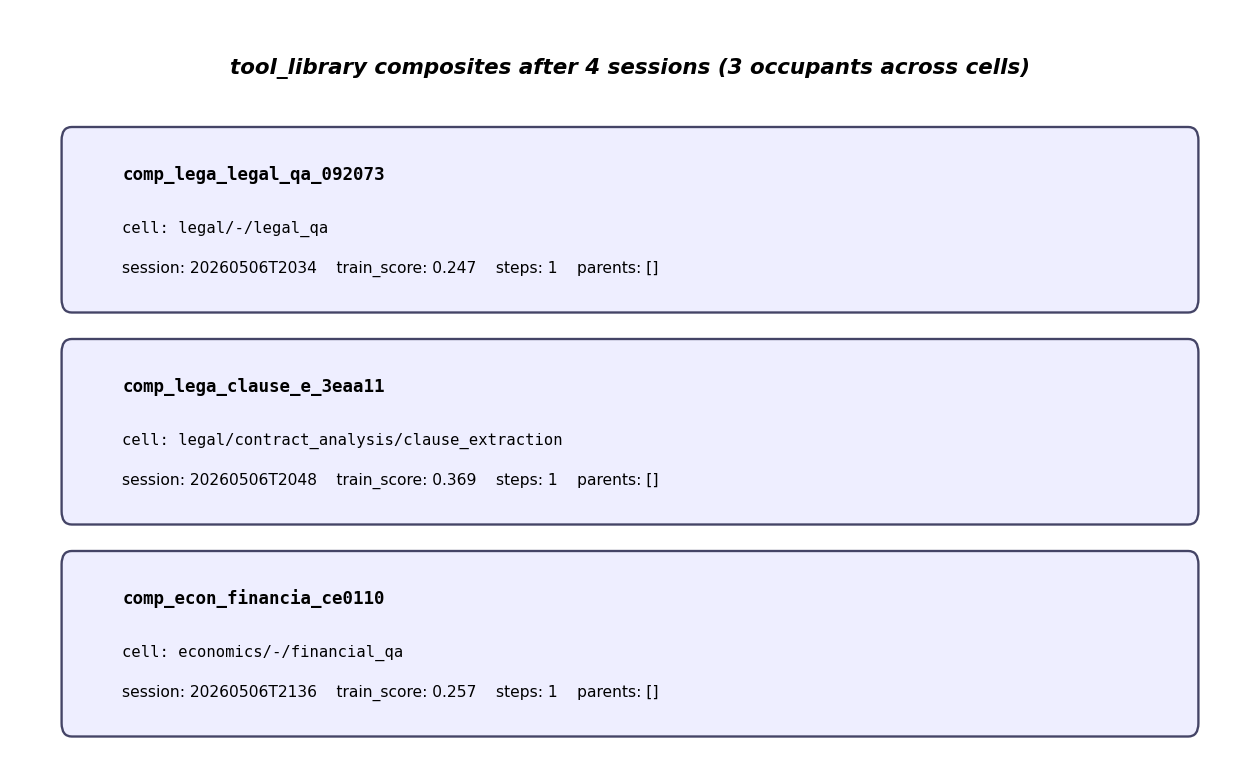
Above: report/figures/lineage.png in lukastojiljkovic/stem-agent (Graphviz), before the change. Its source is kept beside it as tool_library/lineage.dot.
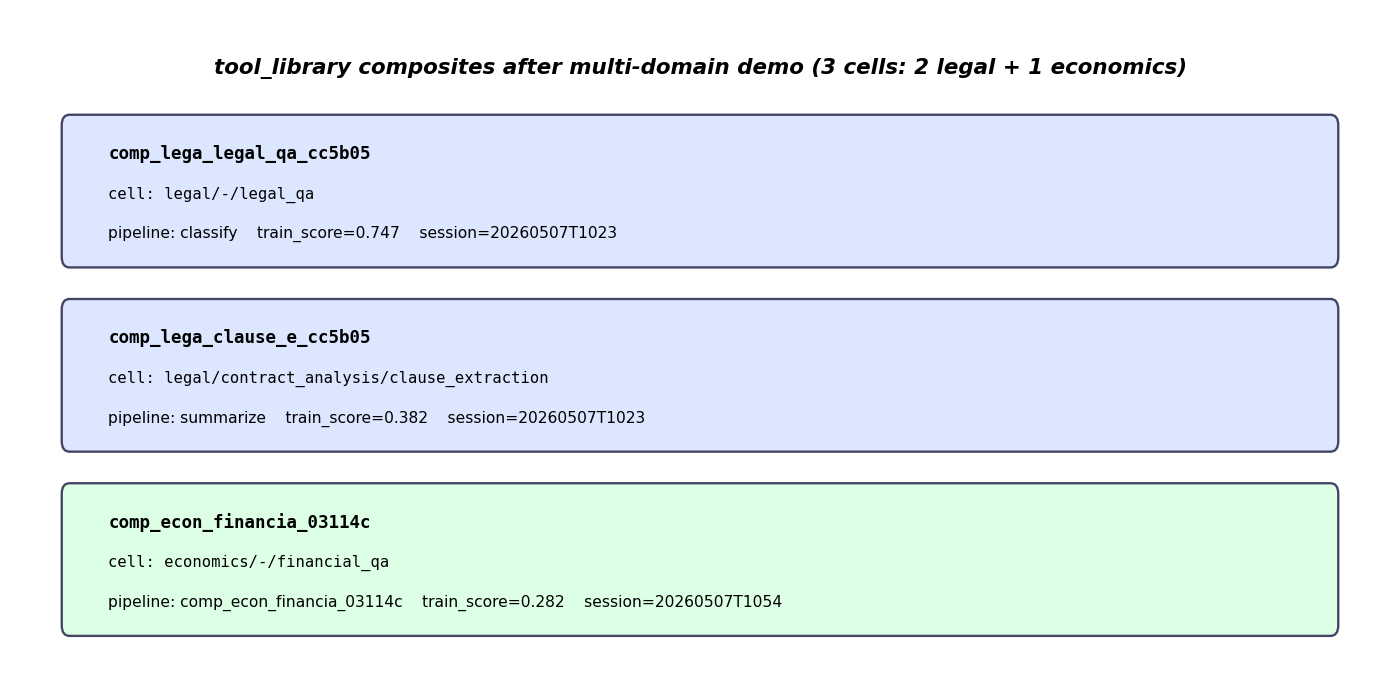
Later version of the same file.

Change to the diagram source:
```diff
@@ -4,16 +4,16 @@
   subgraph cluster_legal_legal_qa {
     label="legal / legal_qa";
     style=dashed;
-    "comp_lega_legal_qa_092073" [label="comp_lega_legal_qa_092073\nscore=0.25"];
+    "comp_lega_legal_qa_cc5b05" [label="comp_lega_legal_qa_cc5b05\nscore=0.75"];
   }
   subgraph cluster_legal_clause_extraction {
     label="legal / clause_extraction";
     style=dashed;
-    "comp_lega_clause_e_3eaa11" [label="comp_lega_clause_e_3eaa11\nscore=0.37"];
+    "comp_lega_clause_e_cc5b05" [label="comp_lega_clause_e_cc5b05\nscore=0.38"];
   }
   subgraph cluster_economics_financial_qa {
     label="economics / financial_qa";
     style=dashed;
-    "comp_econ_financia_ce0110" [label="comp_econ_financia_ce0110\nscore=0.26"];
+    "comp_econ_financia_03114c" [label="comp_econ_financia_03114c\nscore=0.28"];
   }
 }
```
